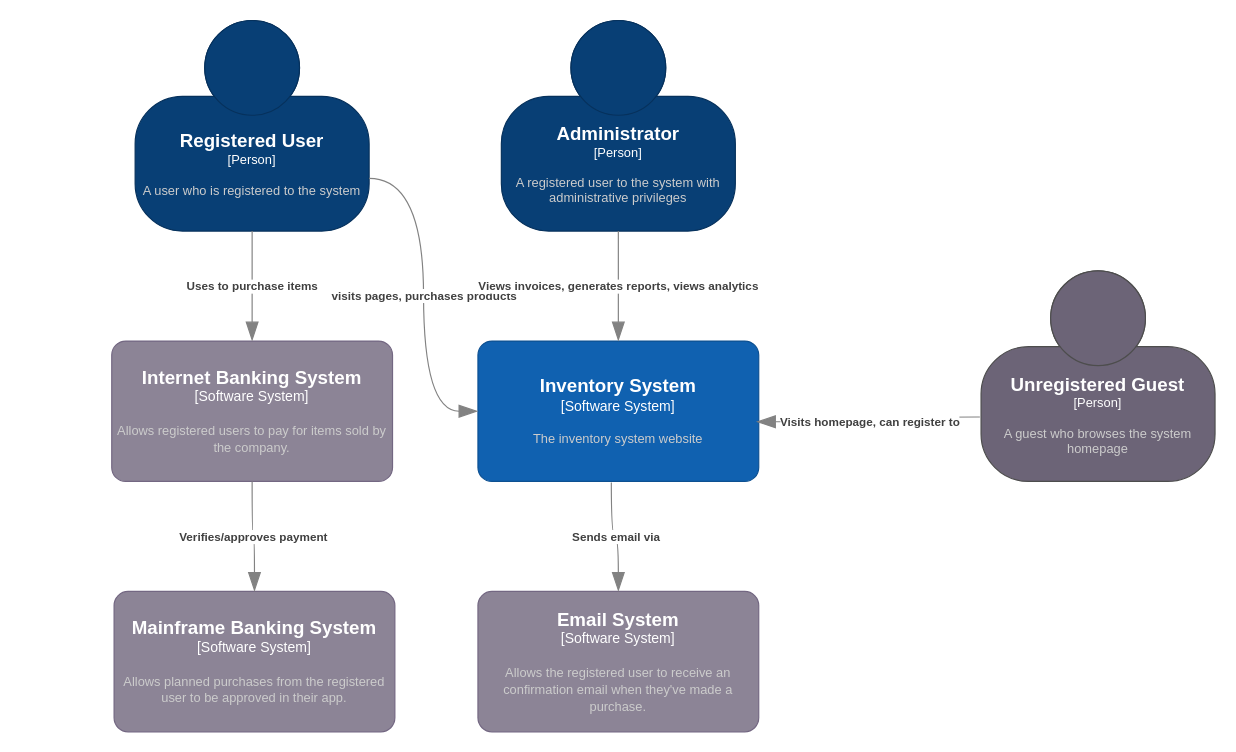
Before: C4 Diagrams/ContextDiagram.drawio in Vani0904/Team-Project-Inventory-System, a draw.io diagram. Source tidied: cells renumbered, new cells numbered last; positions are measured from the earlier drawing's top-left corner, leaving out a move shared by most shapes. Both pictures are drawn from the tidied source at 117%, with x=0, y=0 at pixel (111, 20).
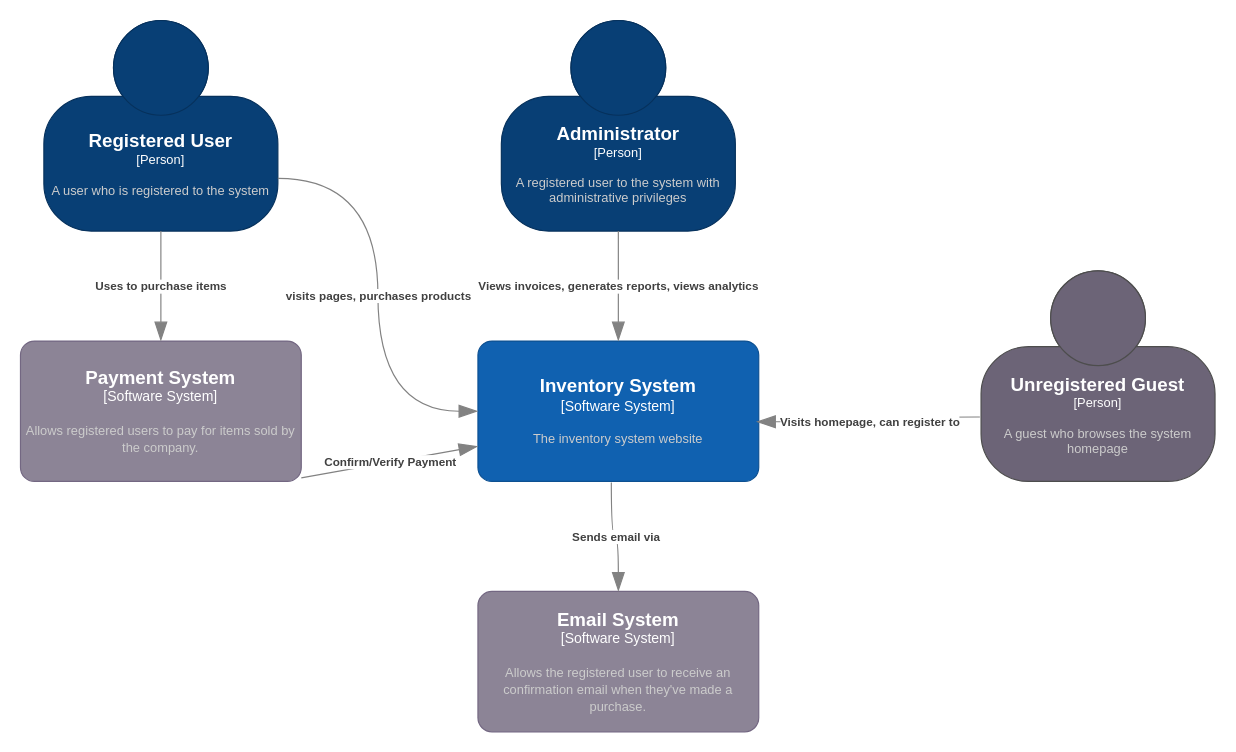
Above is the later version.

Unchanged cells that the change refers to:
```xml
<object id="6" label="&lt;font style=&quot;font-size: 16px&quot;&gt;&lt;b&gt;%c4Name%&lt;/b&gt;&lt;/font&gt;&lt;div&gt;[%c4Type%]&lt;/div&gt;&lt;br&gt;&lt;div&gt;&lt;font style=&quot;font-size: 11px&quot;&gt;&lt;font color=&quot;#cccccc&quot;&gt;%c4Description%&lt;/font&gt;&lt;/div&gt;" c4Description="The inventory system website" c4Name="Inventory System" c4Type="Software System" placeholders="1">
  <mxCell style="rounded=1;whiteSpace=wrap;html=1;labelBackgroundColor=none;fillColor=#1061B0;fontColor=#ffffff;align=center;arcSize=10;strokeColor=#0D5091;points=[[0.25,0,0],[0.5,0,0],[0.75,0,0],[1,0.25,0],[1,0.5,0],[1,0.75,0],[0.75,1,0],[0.5,1,0],[0.25,1,0],[0,0.75,0],[0,0.5,0],[0,0.25,0]];" parent="1" vertex="1">
    <mxGeometry x="313" y="274" width="240" height="120" as="geometry" />
  </mxCell>
</object>
```

The edit, as a diff of the source:
```diff
@@
     <object id="2" label="&lt;font style=&quot;font-size: 16px&quot;&gt;&lt;b&gt;%c4Name%&lt;/b&gt;&lt;/font&gt;&lt;div&gt;[%c4Type%]&lt;/div&gt;&lt;br&gt;&lt;div&gt;&lt;font style=&quot;font-size: 11px&quot;&gt;&lt;font color=&quot;#cccccc&quot;&gt;%c4Description%&lt;/font&gt;&lt;/div&gt;" c4Description="A user who is registered to the system" c4Name="Registered User" c4Type="Person" placeholders="1">
       <mxCell style="html=1;fontSize=11;dashed=0;whiteSpace=wrap;fillColor=#083F75;strokeColor=#06315C;fontColor=#ffffff;shape=mxgraph.c4.person2;align=center;points=[[0.5,0,0],[1,0.5,0],[1,0.75,0],[0.75,1,0],[0.5,1,0],[0.25,1,0],[0,0.75,0],[0,0.5,0]];" parent="1" vertex="1">
-        <mxGeometry x="20" width="200" height="180" as="geometry" />
+        <mxGeometry x="-58" width="200" height="180" as="geometry" />
       </mxCell>
     </object>
-    <object id="3" label="&lt;font style=&quot;font-size: 16px&quot;&gt;&lt;b&gt;%c4Name%&lt;/b&gt;&lt;/font&gt;&lt;div&gt;[%c4Type%]&lt;/div&gt;&lt;br&gt;&lt;div&gt;&lt;font style=&quot;font-size: 11px&quot;&gt;&lt;font color=&quot;#cccccc&quot;&gt;%c4Description%&lt;/font&gt;&lt;/div&gt;" c4Description="Allows registered users to pay for items sold by the company." c4Name="Internet Banking System" c4Type="Software System" placeholders="1">
+    <object id="3" label="&lt;font style=&quot;font-size: 16px&quot;&gt;&lt;b&gt;%c4Name%&lt;/b&gt;&lt;/font&gt;&lt;div&gt;[%c4Type%]&lt;/div&gt;&lt;br&gt;&lt;div&gt;&lt;font style=&quot;font-size: 11px&quot;&gt;&lt;font color=&quot;#cccccc&quot;&gt;%c4Description%&lt;/font&gt;&lt;/div&gt;" c4Description="Allows registered users to pay for items sold by the company." c4Name="Payment System" c4Type="Software System" placeholders="1">
       <mxCell style="rounded=1;whiteSpace=wrap;html=1;labelBackgroundColor=none;fillColor=#8C8496;fontColor=#ffffff;align=center;arcSize=10;strokeColor=#736782;points=[[0.25,0,0],[0.5,0,0],[0.75,0,0],[1,0.25,0],[1,0.5,0],[1,0.75,0],[0.75,1,0],[0.5,1,0],[0.25,1,0],[0,0.75,0],[0,0.5,0],[0,0.25,0]];" parent="1" vertex="1">
-        <mxGeometry y="274" width="240" height="120" as="geometry" />
+        <mxGeometry x="-78" y="274" width="240" height="120" as="geometry" />
       </mxCell>
     </object>
-    <object id="4" label="&lt;font style=&quot;font-size: 16px&quot;&gt;&lt;b&gt;%c4Name%&lt;/b&gt;&lt;/font&gt;&lt;div&gt;[%c4Type%]&lt;/div&gt;&lt;br&gt;&lt;div&gt;&lt;font style=&quot;font-size: 11px&quot;&gt;&lt;font color=&quot;#cccccc&quot;&gt;%c4Description%&lt;/font&gt;&lt;/div&gt;" c4Description="Allows planned purchases from the registered user to be approved in their app." c4Name="Mainframe Banking System" c4Type="Software System" placeholders="1">
-      <mxCell style="rounded=1;whiteSpace=wrap;html=1;labelBackgroundColor=none;fillColor=#8C8496;fontColor=#ffffff;align=center;arcSize=10;strokeColor=#736782;points=[[0.25,0,0],[0.5,0,0],[0.75,0,0],[1,0.25,0],[1,0.5,0],[1,0.75,0],[0.75,1,0],[0.5,1,0],[0.25,1,0],[0,0.75,0],[0,0.5,0],[0,0.25,0]];" parent="1" vertex="1">
-        <mxGeometry x="2" y="488" width="240" height="120" as="geometry" />
-      </mxCell>
-    </object>
@@
-    <object id="9" label="&lt;div style=&quot;text-align: left&quot;&gt;&lt;div style=&quot;text-align: center&quot;&gt;&lt;b&gt;%c4Description%&lt;/b&gt;&lt;/div&gt;" c4Description="Verifies/approves payment" placeholders="1">
-      <mxCell style="endArrow=blockThin;html=1;fontSize=10;fontColor=#404040;strokeWidth=1;endFill=1;strokeColor=#828282;elbow=vertical;endSize=14;startSize=14;jumpStyle=arc;jumpSize=16;rounded=0;edgeStyle=orthogonalEdgeStyle;curved=1;exitX=0.5;exitY=1;exitDx=0;exitDy=0;exitPerimeter=0;" parent="1" edge="1" source="3" target="4">
-        <mxGeometry relative="1" as="geometry" />
-      </mxCell>
-    </object>
@@
+    <object id="15" label="&lt;div style=&quot;text-align: left&quot;&gt;&lt;div style=&quot;text-align: center&quot;&gt;&lt;b&gt;%c4Description%&lt;/b&gt;&lt;/div&gt;" c4Description="Confirm/Verify Payment" placeholders="1">
+      <mxCell style="endArrow=blockThin;html=1;fontSize=10;fontColor=#404040;strokeWidth=1;endFill=1;strokeColor=#828282;elbow=vertical;endSize=14;startSize=14;jumpStyle=arc;jumpSize=16;rounded=0;entryX=0;entryY=0.75;entryDx=0;entryDy=0;entryPerimeter=0;exitX=1;exitY=0.975;exitDx=0;exitDy=0;exitPerimeter=0;" parent="1" edge="1" source="3" target="6">
+        <mxGeometry relative="1" as="geometry" />
+      </mxCell>
+    </object>
```
